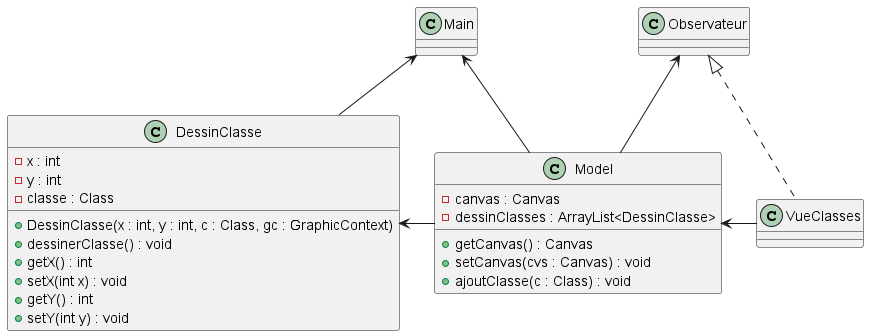
Earlier version of the PlantUML export Documents/Itération 4/diagramme de DessinClasse.png (Math54500/SAE-3.01-ObjectAid). The source it was exported from:
```plantuml
@startuml

class DessinClasse{
- x : int
- y : int
- classe : Class
+ DessinClasse(x : int, y : int, c : Class, gc : GraphicContext)
+ dessinerClasse() : void
+ getX() : int
+ setX(int x) : void
+ getY() : int
+ setY(int y) : void
}

class VueClasses

class Model{
- canvas : Canvas
- dessinClasses : ArrayList<DessinClasse>
+ getCanvas() : Canvas
+ setCanvas(cvs : Canvas) : void
+ ajoutClasse(c : Class) : void
}

Observateur <-- Model
Observateur <|.. VueClasses
DessinClasse <- Model
Model <- VueClasses
Main <-- Model
Main <-- DessinClasse
@enduml
```
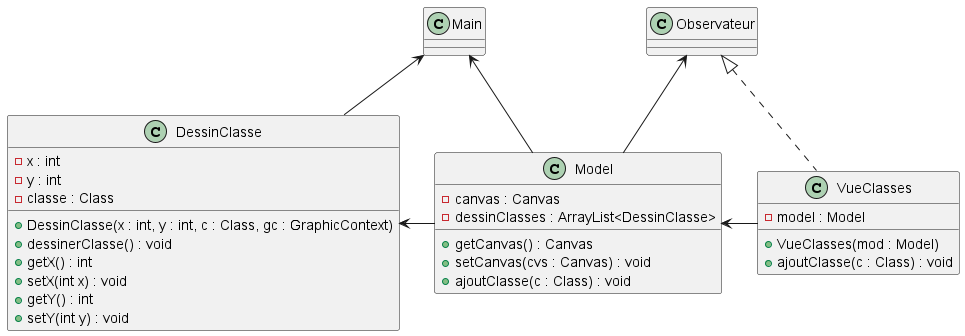
The same diagram one commit later.

Commit message:
diagramme de DessinClasse

The edit, as a diff of the source:
```diff
@@ -12,7 +12,11 @@
 + setY(int y) : void
 }
 
-class VueClasses
+class VueClasses{
+- model : Model
++ VueClasses(mod : Model)
++ ajoutClasse(c : Class) : void
+}
 
 class Model{
 - canvas : Canvas
```
